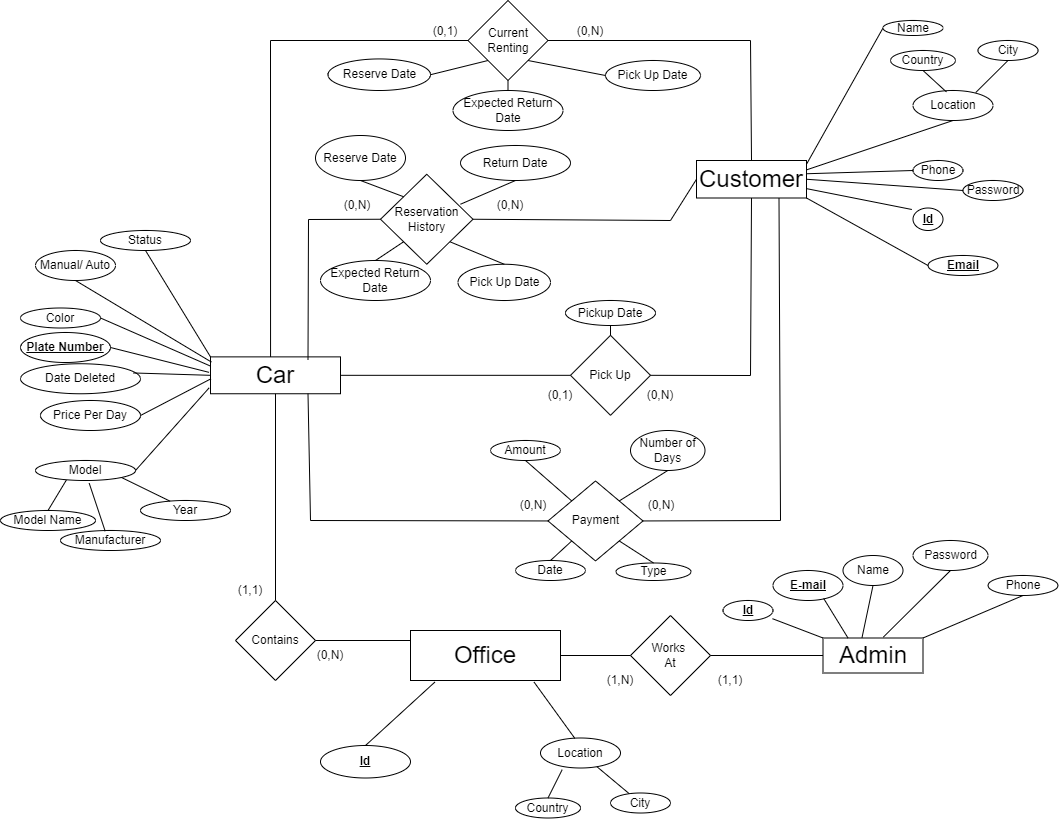
Kirollos-Saad/Car-Rental-System keeps this draw.io diagram as ER.png. Above is the earlier version. Source tidied: cells renumbered, new cells last; positions are measured from the earlier drawing's top-left corner, leaving out a move shared by most shapes.
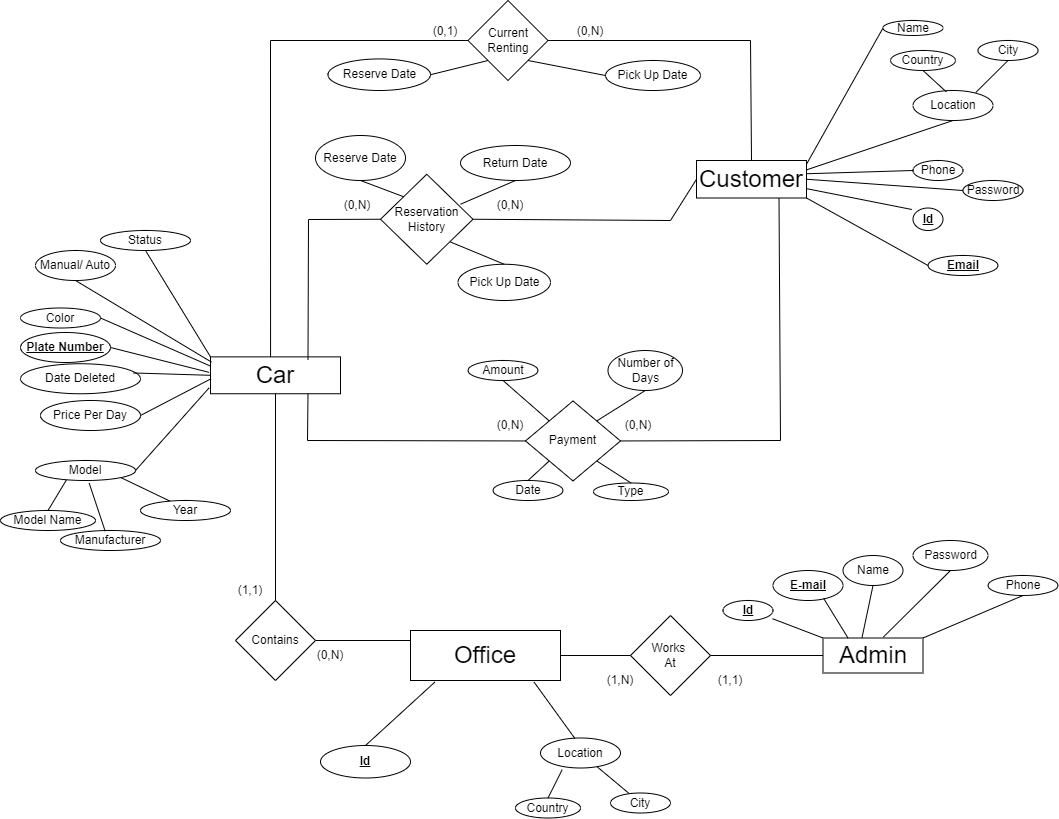
The same diagram one commit later.

Commit message:
Simplified DDL & ER

The edit, as a diff of the source:
```diff
@@ -168,16 +168,16 @@
       <mxGeometry relative="1" as="geometry" />
     </mxCell>
     <mxCell id="57" value="Payment" style="rhombus;whiteSpace=wrap;html=1;" parent="1" vertex="1">
-      <mxGeometry x="547.5" y="480.4" width="95" height="80" as="geometry" />
+      <mxGeometry x="525" y="400.4" width="95" height="80" as="geometry" />
     </mxCell>
     <mxCell id="58" value="Type" style="ellipse;whiteSpace=wrap;html=1;" parent="1" vertex="1">
-      <mxGeometry x="615.5" y="562.5" width="75" height="17.5" as="geometry" />
+      <mxGeometry x="593" y="482.5" width="75" height="17.5" as="geometry" />
     </mxCell>
     <mxCell id="59" value="Date" style="ellipse;whiteSpace=wrap;html=1;" parent="1" vertex="1">
-      <mxGeometry x="515" y="560" width="70" height="20" as="geometry" />
+      <mxGeometry x="492.5" y="480" width="70" height="20" as="geometry" />
     </mxCell>
     <mxCell id="60" value="Amount" style="ellipse;whiteSpace=wrap;html=1;" parent="1" vertex="1">
-      <mxGeometry x="490" y="440" width="70" height="20" as="geometry" />
+      <mxGeometry x="467.5" y="360" width="70" height="20" as="geometry" />
     </mxCell>
     <mxCell id="61" style="endArrow=none;html=1;rounded=0;entryX=0.5;entryY=1;entryDx=0;entryDy=0;exitX=0;exitY=0;exitDx=0;exitDy=0;" parent="1" edge="1" source="57" target="60">
       <mxGeometry relative="1" as="geometry" />
@@ -239,9 +239,6 @@
     <mxCell id="75" style="endArrow=none;html=1;rounded=0;entryX=0.5;entryY=1;entryDx=0;entryDy=0;exitX=0.5;exitY=0;exitDx=0;exitDy=0;" parent="1" edge="1" source="73" target="2">
       <mxGeometry relative="1" as="geometry" />
     </mxCell>
-    <mxCell id="76" value="Pick Up" style="rhombus;whiteSpace=wrap;html=1;" parent="1" vertex="1">
-      <mxGeometry x="570" y="334.8" width="80" height="80" as="geometry" />
-    </mxCell>
     <mxCell id="77" value="Status" style="ellipse;whiteSpace=wrap;html=1;" parent="1" vertex="1">
       <mxGeometry x="100" y="230" width="90" height="20" as="geometry" />
     </mxCell>
@@ -273,10 +270,10 @@
       <mxGeometry x="480" y="190" width="60" height="30" as="geometry" />
     </mxCell>
     <mxCell id="87" value="(0,N)" style="text;html=1;strokeColor=none;fillColor=none;align=center;verticalAlign=middle;whiteSpace=wrap;rounded=0;" parent="1" vertex="1">
-      <mxGeometry x="502.5" y="490" width="60" height="30" as="geometry" />
+      <mxGeometry x="480" y="410" width="60" height="30" as="geometry" />
     </mxCell>
     <mxCell id="88" value="(0,N)" style="text;html=1;strokeColor=none;fillColor=none;align=center;verticalAlign=middle;whiteSpace=wrap;rounded=0;" parent="1" vertex="1">
-      <mxGeometry x="630.5" y="490" width="60" height="30" as="geometry" />
+      <mxGeometry x="608" y="410" width="60" height="30" as="geometry" />
     </mxCell>
     <mxCell id="89" value="(1,1)" style="text;html=1;strokeColor=none;fillColor=none;align=center;verticalAlign=middle;whiteSpace=wrap;rounded=0;" parent="1" vertex="1">
       <mxGeometry x="220" y="575" width="60" height="30" as="geometry" />
@@ -290,15 +287,6 @@
     <mxCell id="92" value="(1,N)" style="text;html=1;strokeColor=none;fillColor=none;align=center;verticalAlign=middle;whiteSpace=wrap;rounded=0;" parent="1" vertex="1">
       <mxGeometry x="590" y="665" width="60" height="30" as="geometry" />
     </mxCell>
-    <mxCell id="93" value="(0,1)" style="text;html=1;strokeColor=none;fillColor=none;align=center;verticalAlign=middle;whiteSpace=wrap;rounded=0;" parent="1" vertex="1">
-      <mxGeometry x="530" y="380" width="60" height="30" as="geometry" />
-    </mxCell>
-    <mxCell id="94" value="(0,N)" style="text;html=1;strokeColor=none;fillColor=none;align=center;verticalAlign=middle;whiteSpace=wrap;rounded=0;" parent="1" vertex="1">
-      <mxGeometry x="630" y="380" width="60" height="30" as="geometry" />
-    </mxCell>
-    <mxCell id="95" value="Pickup Date" style="ellipse;whiteSpace=wrap;html=1;" parent="1" vertex="1">
-      <mxGeometry x="565" y="300" width="90" height="25" as="geometry" />
-    </mxCell>
     <mxCell id="96" value="Pick Up Date" style="ellipse;whiteSpace=wrap;html=1;" parent="1" vertex="1">
       <mxGeometry x="605" y="60" width="95" height="30" as="geometry" />
     </mxCell>
@@ -317,33 +305,20 @@
     <mxCell id="101" style="endArrow=none;html=1;rounded=0;exitX=1;exitY=0.5;exitDx=0;exitDy=0;entryX=0;entryY=1;entryDx=0;entryDy=0;" parent="1" edge="1" source="100" target="70">
       <mxGeometry relative="1" as="geometry" />
     </mxCell>
-    <mxCell id="102" style="endArrow=none;html=1;rounded=0;entryX=0.5;entryY=1;entryDx=0;entryDy=0;exitX=1;exitY=0.5;exitDx=0;exitDy=0;" parent="1" edge="1" source="76" target="3">
-      <mxGeometry relative="1" as="geometry">
-        <Array as="points">
-          <mxPoint x="750" y="375" />
-        </Array>
-      </mxGeometry>
-    </mxCell>
-    <mxCell id="103" style="endArrow=none;html=1;rounded=0;exitX=1;exitY=0.5;exitDx=0;exitDy=0;entryX=0;entryY=0.5;entryDx=0;entryDy=0;" parent="1" edge="1" source="2" target="76">
-      <mxGeometry relative="1" as="geometry" />
-    </mxCell>
     <mxCell id="104" style="endArrow=none;html=1;rounded=0;exitX=0.75;exitY=1;exitDx=0;exitDy=0;entryX=0;entryY=0.5;entryDx=0;entryDy=0;" parent="1" edge="1" source="2" target="57">
       <mxGeometry relative="1" as="geometry">
         <Array as="points">
-          <mxPoint x="310" y="520" />
+          <mxPoint x="307" y="440" />
         </Array>
       </mxGeometry>
     </mxCell>
     <mxCell id="105" style="endArrow=none;html=1;rounded=0;entryX=0.75;entryY=1;entryDx=0;entryDy=0;exitX=1;exitY=0.5;exitDx=0;exitDy=0;" parent="1" edge="1" source="57" target="3">
       <mxGeometry relative="1" as="geometry">
         <Array as="points">
-          <mxPoint x="780" y="520" />
+          <mxPoint x="780" y="440" />
         </Array>
       </mxGeometry>
     </mxCell>
-    <mxCell id="106" style="endArrow=none;html=1;rounded=0;entryX=0.5;entryY=1;entryDx=0;entryDy=0;exitX=0.5;exitY=0;exitDx=0;exitDy=0;" parent="1" edge="1" source="76" target="95">
-      <mxGeometry relative="1" as="geometry" />
-    </mxCell>
     <mxCell id="107" style="endArrow=none;html=1;rounded=0;entryX=0;entryY=0.5;entryDx=0;entryDy=0;exitX=1;exitY=0.5;exitDx=0;exitDy=0;" parent="1" edge="1" source="64" target="3">
       <mxGeometry relative="1" as="geometry">
         <Array as="points">
@@ -351,20 +326,8 @@
         </Array>
       </mxGeometry>
     </mxCell>
-    <mxCell id="108" value="Expected Return Date" style="ellipse;whiteSpace=wrap;html=1;" parent="1" vertex="1">
-      <mxGeometry x="452.5" y="90" width="110" height="40" as="geometry" />
-    </mxCell>
-    <mxCell id="109" style="endArrow=none;html=1;rounded=0;entryX=0.5;entryY=1;entryDx=0;entryDy=0;exitX=0.5;exitY=0;exitDx=0;exitDy=0;" parent="1" edge="1" source="108" target="70">
-      <mxGeometry relative="1" as="geometry" />
-    </mxCell>
-    <mxCell id="110" value="Expected Return Date" style="ellipse;whiteSpace=wrap;html=1;" parent="1" vertex="1">
-      <mxGeometry x="320" y="260" width="110" height="40" as="geometry" />
-    </mxCell>
-    <mxCell id="111" style="endArrow=none;html=1;rounded=0;exitX=0.5;exitY=0;exitDx=0;exitDy=0;entryX=0;entryY=1;entryDx=0;entryDy=0;" parent="1" edge="1" source="110" target="64">
-      <mxGeometry relative="1" as="geometry" />
-    </mxCell>
     <mxCell id="112" value="Number of Days" style="ellipse;whiteSpace=wrap;html=1;" parent="1" vertex="1">
-      <mxGeometry x="630" y="430" width="74.5" height="40" as="geometry" />
+      <mxGeometry x="607.5" y="350" width="74.5" height="40" as="geometry" />
     </mxCell>
     <mxCell id="113" style="endArrow=none;html=1;rounded=0;entryX=0.5;entryY=1;entryDx=0;entryDy=0;exitX=1;exitY=0;exitDx=0;exitDy=0;" parent="1" edge="1" source="57" target="112">
       <mxGeometry relative="1" as="geometry" />
```
